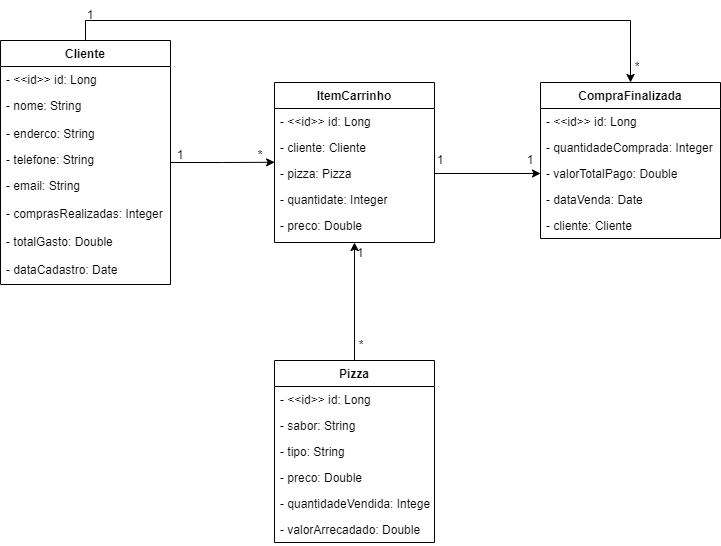
Before: img/modelo01.png, a diagram exported from draw.io (alexeydf/becaDesafioAlexey). Source tidied: cells renumbered, new cells last; positions are measured from the earlier drawing's top-left corner, leaving out a move shared by most shapes. Its diagram source:
```xml
<mxGraphModel>
  <root>
    <mxCell id="0" />
    <mxCell id="1" parent="0" />
    <mxCell id="2" style="edgeStyle=orthogonalEdgeStyle;rounded=0;jettySize=auto;html=1;entryX=0.001;entryY=0.069;entryDx=0;entryDy=0;entryPerimeter=0;" parent="1" edge="1" source="4" target="30">
      <mxGeometry relative="1" as="geometry" />
    </mxCell>
    <mxCell id="3" style="edgeStyle=orthogonalEdgeStyle;rounded=0;jettySize=auto;html=1;entryX=0.5;entryY=0;entryDx=0;entryDy=0;" parent="1" edge="1" source="4" target="13">
      <mxGeometry relative="1" as="geometry">
        <Array as="points">
          <mxPoint x="85" y="20" />
          <mxPoint x="630" y="20" />
        </Array>
      </mxGeometry>
    </mxCell>
    <mxCell id="4" value="Cliente" style="swimlane;fontStyle=1;align=center;verticalAlign=top;horizontal=1;startSize=26;rounded=0;shadow=0;strokeWidth=1;" parent="1" vertex="1">
      <mxGeometry y="40" width="170" height="244" as="geometry" />
    </mxCell>
    <mxCell id="5" value="- &lt;&lt;id&gt;&gt; id: Long" style="text;align=left;verticalAlign=top;spacingLeft=4;spacingRight=4;overflow=hidden;" parent="4" vertex="1">
      <mxGeometry y="26" width="170" height="26" as="geometry" />
    </mxCell>
    <mxCell id="6" value="- nome: String " style="text;align=left;verticalAlign=top;spacingLeft=4;spacingRight=4;overflow=hidden;rounded=0;shadow=0;html=0;" parent="4" vertex="1">
      <mxGeometry y="52" width="170" height="28" as="geometry" />
    </mxCell>
    <mxCell id="7" value="- enderco: String" style="text;align=left;verticalAlign=top;spacingLeft=4;spacingRight=4;overflow=hidden;rounded=0;shadow=0;html=0;" parent="4" vertex="1">
      <mxGeometry y="80" width="170" height="26" as="geometry" />
    </mxCell>
    <mxCell id="8" value="- telefone: String" style="text;align=left;verticalAlign=top;spacingLeft=4;spacingRight=4;overflow=hidden;" parent="4" vertex="1">
      <mxGeometry y="106" width="170" height="26" as="geometry" />
    </mxCell>
    <mxCell id="9" value="- email: String" style="text;align=left;verticalAlign=top;spacingLeft=4;spacingRight=4;overflow=hidden;rounded=0;shadow=0;html=0;" parent="4" vertex="1">
      <mxGeometry y="132" width="170" height="28" as="geometry" />
    </mxCell>
    <mxCell id="10" value="- comprasRealizadas: Integer" style="text;align=left;verticalAlign=top;spacingLeft=4;spacingRight=4;overflow=hidden;rounded=0;shadow=0;html=0;" parent="4" vertex="1">
      <mxGeometry y="160" width="170" height="28" as="geometry" />
    </mxCell>
    <mxCell id="11" value="- totalGasto: Double" style="text;align=left;verticalAlign=top;spacingLeft=4;spacingRight=4;overflow=hidden;rounded=0;shadow=0;html=0;" parent="4" vertex="1">
      <mxGeometry y="188" width="170" height="28" as="geometry" />
    </mxCell>
    <mxCell id="12" value="- dataCadastro: Date" style="text;align=left;verticalAlign=top;spacingLeft=4;spacingRight=4;overflow=hidden;rounded=0;shadow=0;html=0;" parent="4" vertex="1">
      <mxGeometry y="216" width="170" height="28" as="geometry" />
    </mxCell>
    <mxCell id="13" value="CompraFinalizada" style="swimlane;fontStyle=1;align=center;verticalAlign=top;horizontal=1;startSize=26;rounded=0;shadow=0;strokeWidth=1;" parent="1" vertex="1">
      <mxGeometry x="540" y="82" width="180" height="156" as="geometry" />
    </mxCell>
    <mxCell id="14" value="- &lt;&lt;id&gt;&gt; id: Long" style="text;align=left;verticalAlign=top;spacingLeft=4;spacingRight=4;overflow=hidden;" parent="13" vertex="1">
      <mxGeometry y="26" width="180" height="26" as="geometry" />
    </mxCell>
    <mxCell id="15" value="- quantidadeComprada: Integer" style="text;align=left;verticalAlign=top;spacingLeft=4;spacingRight=4;overflow=hidden;rounded=0;shadow=0;html=0;" parent="13" vertex="1">
      <mxGeometry y="52" width="180" height="26" as="geometry" />
    </mxCell>
    <mxCell id="16" value="- valorTotalPago: Double" style="text;align=left;verticalAlign=top;spacingLeft=4;spacingRight=4;overflow=hidden;points=[[0,0.5],[1,0.5]];portConstraint=eastwest;fontStyle=0;" parent="13" vertex="1">
      <mxGeometry y="78" width="180" height="26" as="geometry" />
    </mxCell>
    <mxCell id="17" value="- dataVenda: Date" style="text;align=left;verticalAlign=top;spacingLeft=4;spacingRight=4;overflow=hidden;" parent="13" vertex="1">
      <mxGeometry y="104" width="180" height="26" as="geometry" />
    </mxCell>
    <mxCell id="18" value="- cliente: Cliente" style="text;align=left;verticalAlign=top;spacingLeft=4;spacingRight=4;overflow=hidden;" parent="13" vertex="1">
      <mxGeometry y="130" width="180" height="26" as="geometry" />
    </mxCell>
    <mxCell id="19" value="Pizza" style="swimlane;fontStyle=1;align=center;verticalAlign=top;horizontal=1;startSize=26;rounded=0;shadow=0;strokeWidth=1;" parent="1" vertex="1">
      <mxGeometry x="274" y="360" width="160" height="182" as="geometry" />
    </mxCell>
    <mxCell id="20" value="- &lt;&lt;id&gt;&gt; id: Long" style="text;align=left;verticalAlign=top;spacingLeft=4;spacingRight=4;overflow=hidden;" parent="19" vertex="1">
      <mxGeometry y="26" width="160" height="26" as="geometry" />
    </mxCell>
    <mxCell id="21" value="- sabor: String" style="text;align=left;verticalAlign=top;spacingLeft=4;spacingRight=4;overflow=hidden;" parent="19" vertex="1">
      <mxGeometry y="52" width="160" height="26" as="geometry" />
    </mxCell>
    <mxCell id="22" value="- tipo: String" style="text;align=left;verticalAlign=top;spacingLeft=4;spacingRight=4;overflow=hidden;" parent="19" vertex="1">
      <mxGeometry y="78" width="160" height="26" as="geometry" />
    </mxCell>
    <mxCell id="23" value="- preco: Double" style="text;align=left;verticalAlign=top;spacingLeft=4;spacingRight=4;overflow=hidden;" parent="19" vertex="1">
      <mxGeometry y="104" width="160" height="26" as="geometry" />
    </mxCell>
    <mxCell id="24" value="- quantidadeVendida: Integer" style="text;align=left;verticalAlign=top;spacingLeft=4;spacingRight=4;overflow=hidden;" parent="19" vertex="1">
      <mxGeometry y="130" width="160" height="26" as="geometry" />
    </mxCell>
    <mxCell id="25" value="- valorArrecadado: Double" style="text;align=left;verticalAlign=top;spacingLeft=4;spacingRight=4;overflow=hidden;" parent="19" vertex="1">
      <mxGeometry y="156" width="160" height="26" as="geometry" />
    </mxCell>
    <mxCell id="26" style="edgeStyle=orthogonalEdgeStyle;rounded=0;jettySize=auto;html=1;exitX=0.5;exitY=0;exitDx=0;exitDy=0;" parent="1" edge="1" source="19" target="27">
      <mxGeometry relative="1" as="geometry" />
    </mxCell>
    <mxCell id="27" value="ItemCarrinho" style="swimlane;fontStyle=1;align=center;verticalAlign=top;horizontal=1;startSize=26;rounded=0;shadow=0;strokeWidth=1;" parent="1" vertex="1">
      <mxGeometry x="274" y="82" width="160" height="160" as="geometry" />
    </mxCell>
    <mxCell id="28" value="- &lt;&lt;id&gt;&gt; id: Long" style="text;align=left;verticalAlign=top;spacingLeft=4;spacingRight=4;overflow=hidden;" parent="27" vertex="1">
      <mxGeometry y="26" width="160" height="26" as="geometry" />
    </mxCell>
    <mxCell id="29" value="- cliente: Cliente" style="text;align=left;verticalAlign=top;spacingLeft=4;spacingRight=4;overflow=hidden;rounded=0;shadow=0;html=0;" parent="27" vertex="1">
      <mxGeometry y="52" width="160" height="26" as="geometry" />
    </mxCell>
    <mxCell id="30" value="- pizza: Pizza" style="text;align=left;verticalAlign=top;spacingLeft=4;spacingRight=4;overflow=hidden;points=[[0,0.5],[1,0.5]];portConstraint=eastwest;rounded=0;shadow=0;html=0;" parent="27" vertex="1">
      <mxGeometry y="78" width="160" height="26" as="geometry" />
    </mxCell>
    <mxCell id="31" value="- quantidate: Integer" style="text;align=left;verticalAlign=top;spacingLeft=4;spacingRight=4;overflow=hidden;rounded=0;shadow=0;html=0;" parent="27" vertex="1">
      <mxGeometry y="104" width="160" height="26" as="geometry" />
    </mxCell>
    <mxCell id="32" value="- preco: Double" style="text;align=left;verticalAlign=top;spacingLeft=4;spacingRight=4;overflow=hidden;rounded=0;shadow=0;html=0;" parent="27" vertex="1">
      <mxGeometry y="130" width="160" height="26" as="geometry" />
    </mxCell>
    <mxCell id="33" style="edgeStyle=orthogonalEdgeStyle;rounded=0;jettySize=auto;html=1;entryX=0;entryY=0.5;entryDx=0;entryDy=0;" parent="1" edge="1" source="30" target="16">
      <mxGeometry relative="1" as="geometry" />
    </mxCell>
    <mxCell id="34" value="1" style="text;html=1;strokeColor=none;fillColor=none;align=center;verticalAlign=middle;whiteSpace=wrap;rounded=0;" parent="1" vertex="1">
      <mxGeometry x="150" y="140" width="60" height="30" as="geometry" />
    </mxCell>
    <mxCell id="35" value="*" style="text;html=1;strokeColor=none;fillColor=none;align=center;verticalAlign=middle;whiteSpace=wrap;rounded=0;" parent="1" vertex="1">
      <mxGeometry x="230" y="140" width="60" height="30" as="geometry" />
    </mxCell>
    <mxCell id="36" value="1" style="text;html=1;strokeColor=none;fillColor=none;align=center;verticalAlign=middle;whiteSpace=wrap;rounded=0;" parent="1" vertex="1">
      <mxGeometry x="410" y="145" width="60" height="30" as="geometry" />
    </mxCell>
    <mxCell id="37" value="1" style="text;html=1;strokeColor=none;fillColor=none;align=center;verticalAlign=middle;whiteSpace=wrap;rounded=0;" parent="1" vertex="1">
      <mxGeometry x="500" y="145" width="60" height="30" as="geometry" />
    </mxCell>
    <mxCell id="38" value="1" style="text;html=1;strokeColor=none;fillColor=none;align=center;verticalAlign=middle;whiteSpace=wrap;rounded=0;" parent="1" vertex="1">
      <mxGeometry x="330" y="238" width="60" height="30" as="geometry" />
    </mxCell>
    <mxCell id="39" value="*" style="text;html=1;strokeColor=none;fillColor=none;align=center;verticalAlign=middle;whiteSpace=wrap;rounded=0;" parent="1" vertex="1">
      <mxGeometry x="630" y="52" width="14" height="30" as="geometry" />
    </mxCell>
    <mxCell id="40" value="1" style="text;html=1;strokeColor=none;fillColor=none;align=center;verticalAlign=middle;whiteSpace=wrap;rounded=0;" parent="1" vertex="1">
      <mxGeometry x="60" width="60" height="30" as="geometry" />
    </mxCell>
    <mxCell id="41" value="*" style="text;html=1;strokeColor=none;fillColor=none;align=center;verticalAlign=middle;whiteSpace=wrap;rounded=0;" parent="1" vertex="1">
      <mxGeometry x="354" y="330" width="14" height="30" as="geometry" />
    </mxCell>
  </root>
</mxGraphModel>
```
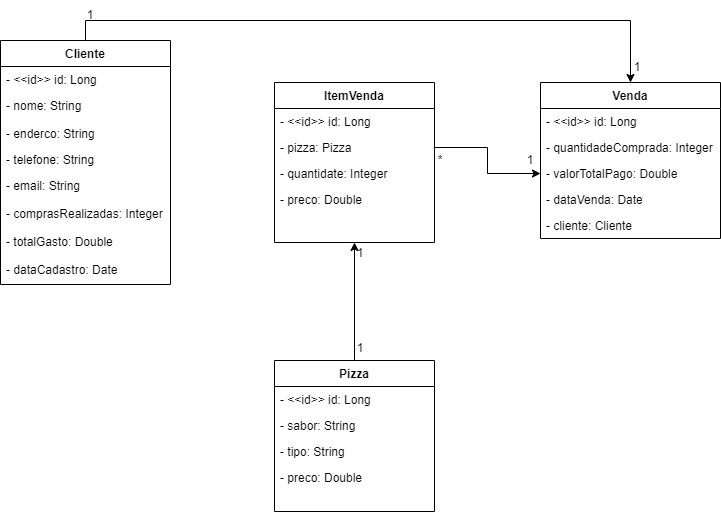
The same file after the commit.

The edit, as a diff of the source:
```diff
@@ -2,9 +2,6 @@
   <root>
     <mxCell id="0" />
     <mxCell id="1" parent="0" />
-    <mxCell id="2" style="edgeStyle=orthogonalEdgeStyle;rounded=0;jettySize=auto;html=1;entryX=0.001;entryY=0.069;entryDx=0;entryDy=0;entryPerimeter=0;" parent="1" edge="1" source="4" target="30">
-      <mxGeometry relative="1" as="geometry" />
-    </mxCell>
     <mxCell id="3" style="edgeStyle=orthogonalEdgeStyle;rounded=0;jettySize=auto;html=1;entryX=0.5;entryY=0;entryDx=0;entryDy=0;" parent="1" edge="1" source="4" target="13">
       <mxGeometry relative="1" as="geometry">
         <Array as="points">
@@ -40,7 +37,7 @@
     <mxCell id="12" value="- dataCadastro: Date" style="text;align=left;verticalAlign=top;spacingLeft=4;spacingRight=4;overflow=hidden;rounded=0;shadow=0;html=0;" parent="4" vertex="1">
       <mxGeometry y="216" width="170" height="28" as="geometry" />
     </mxCell>
-    <mxCell id="13" value="CompraFinalizada" style="swimlane;fontStyle=1;align=center;verticalAlign=top;horizontal=1;startSize=26;rounded=0;shadow=0;strokeWidth=1;" parent="1" vertex="1">
+    <mxCell id="13" value="Venda" style="swimlane;fontStyle=1;align=center;verticalAlign=top;horizontal=1;startSize=26;rounded=0;shadow=0;strokeWidth=1;" parent="1" vertex="1">
       <mxGeometry x="540" y="82" width="180" height="156" as="geometry" />
     </mxCell>
     <mxCell id="14" value="- &lt;&lt;id&gt;&gt; id: Long" style="text;align=left;verticalAlign=top;spacingLeft=4;spacingRight=4;overflow=hidden;" parent="13" vertex="1">
@@ -59,7 +56,7 @@
       <mxGeometry y="130" width="180" height="26" as="geometry" />
     </mxCell>
     <mxCell id="19" value="Pizza" style="swimlane;fontStyle=1;align=center;verticalAlign=top;horizontal=1;startSize=26;rounded=0;shadow=0;strokeWidth=1;" parent="1" vertex="1">
-      <mxGeometry x="274" y="360" width="160" height="182" as="geometry" />
+      <mxGeometry x="274" y="360" width="160" height="151" as="geometry" />
     </mxCell>
     <mxCell id="20" value="- &lt;&lt;id&gt;&gt; id: Long" style="text;align=left;verticalAlign=top;spacingLeft=4;spacingRight=4;overflow=hidden;" parent="19" vertex="1">
       <mxGeometry y="26" width="160" height="26" as="geometry" />
@@ -73,43 +70,28 @@
     <mxCell id="23" value="- preco: Double" style="text;align=left;verticalAlign=top;spacingLeft=4;spacingRight=4;overflow=hidden;" parent="19" vertex="1">
       <mxGeometry y="104" width="160" height="26" as="geometry" />
     </mxCell>
-    <mxCell id="24" value="- quantidadeVendida: Integer" style="text;align=left;verticalAlign=top;spacingLeft=4;spacingRight=4;overflow=hidden;" parent="19" vertex="1">
-      <mxGeometry y="130" width="160" height="26" as="geometry" />
-    </mxCell>
-    <mxCell id="25" value="- valorArrecadado: Double" style="text;align=left;verticalAlign=top;spacingLeft=4;spacingRight=4;overflow=hidden;" parent="19" vertex="1">
-      <mxGeometry y="156" width="160" height="26" as="geometry" />
-    </mxCell>
     <mxCell id="26" style="edgeStyle=orthogonalEdgeStyle;rounded=0;jettySize=auto;html=1;exitX=0.5;exitY=0;exitDx=0;exitDy=0;" parent="1" edge="1" source="19" target="27">
       <mxGeometry relative="1" as="geometry" />
     </mxCell>
-    <mxCell id="27" value="ItemCarrinho" style="swimlane;fontStyle=1;align=center;verticalAlign=top;horizontal=1;startSize=26;rounded=0;shadow=0;strokeWidth=1;" parent="1" vertex="1">
+    <mxCell id="27" value="ItemVenda" style="swimlane;fontStyle=1;align=center;verticalAlign=top;horizontal=1;startSize=26;rounded=0;shadow=0;strokeWidth=1;" parent="1" vertex="1">
       <mxGeometry x="274" y="82" width="160" height="160" as="geometry" />
     </mxCell>
     <mxCell id="28" value="- &lt;&lt;id&gt;&gt; id: Long" style="text;align=left;verticalAlign=top;spacingLeft=4;spacingRight=4;overflow=hidden;" parent="27" vertex="1">
       <mxGeometry y="26" width="160" height="26" as="geometry" />
     </mxCell>
-    <mxCell id="29" value="- cliente: Cliente" style="text;align=left;verticalAlign=top;spacingLeft=4;spacingRight=4;overflow=hidden;rounded=0;shadow=0;html=0;" parent="27" vertex="1">
-      <mxGeometry y="52" width="160" height="26" as="geometry" />
-    </mxCell>
     <mxCell id="30" value="- pizza: Pizza" style="text;align=left;verticalAlign=top;spacingLeft=4;spacingRight=4;overflow=hidden;points=[[0,0.5],[1,0.5]];portConstraint=eastwest;rounded=0;shadow=0;html=0;" parent="27" vertex="1">
-      <mxGeometry y="78" width="160" height="26" as="geometry" />
+      <mxGeometry y="52" width="160" height="26" as="geometry" />
     </mxCell>
     <mxCell id="31" value="- quantidate: Integer" style="text;align=left;verticalAlign=top;spacingLeft=4;spacingRight=4;overflow=hidden;rounded=0;shadow=0;html=0;" parent="27" vertex="1">
-      <mxGeometry y="104" width="160" height="26" as="geometry" />
+      <mxGeometry y="78" width="160" height="26" as="geometry" />
     </mxCell>
     <mxCell id="32" value="- preco: Double" style="text;align=left;verticalAlign=top;spacingLeft=4;spacingRight=4;overflow=hidden;rounded=0;shadow=0;html=0;" parent="27" vertex="1">
-      <mxGeometry y="130" width="160" height="26" as="geometry" />
+      <mxGeometry y="104" width="160" height="26" as="geometry" />
     </mxCell>
     <mxCell id="33" style="edgeStyle=orthogonalEdgeStyle;rounded=0;jettySize=auto;html=1;entryX=0;entryY=0.5;entryDx=0;entryDy=0;" parent="1" edge="1" source="30" target="16">
       <mxGeometry relative="1" as="geometry" />
     </mxCell>
-    <mxCell id="34" value="1" style="text;html=1;strokeColor=none;fillColor=none;align=center;verticalAlign=middle;whiteSpace=wrap;rounded=0;" parent="1" vertex="1">
-      <mxGeometry x="150" y="140" width="60" height="30" as="geometry" />
-    </mxCell>
-    <mxCell id="35" value="*" style="text;html=1;strokeColor=none;fillColor=none;align=center;verticalAlign=middle;whiteSpace=wrap;rounded=0;" parent="1" vertex="1">
-      <mxGeometry x="230" y="140" width="60" height="30" as="geometry" />
-    </mxCell>
-    <mxCell id="36" value="1" style="text;html=1;strokeColor=none;fillColor=none;align=center;verticalAlign=middle;whiteSpace=wrap;rounded=0;" parent="1" vertex="1">
+    <mxCell id="36" value="*" style="text;html=1;strokeColor=none;fillColor=none;align=center;verticalAlign=middle;whiteSpace=wrap;rounded=0;" parent="1" vertex="1">
       <mxGeometry x="410" y="145" width="60" height="30" as="geometry" />
     </mxCell>
     <mxCell id="37" value="1" style="text;html=1;strokeColor=none;fillColor=none;align=center;verticalAlign=middle;whiteSpace=wrap;rounded=0;" parent="1" vertex="1">
@@ -118,14 +100,14 @@
     <mxCell id="38" value="1" style="text;html=1;strokeColor=none;fillColor=none;align=center;verticalAlign=middle;whiteSpace=wrap;rounded=0;" parent="1" vertex="1">
       <mxGeometry x="330" y="238" width="60" height="30" as="geometry" />
     </mxCell>
-    <mxCell id="39" value="*" style="text;html=1;strokeColor=none;fillColor=none;align=center;verticalAlign=middle;whiteSpace=wrap;rounded=0;" parent="1" vertex="1">
+    <mxCell id="39" value="1" style="text;html=1;strokeColor=none;fillColor=none;align=center;verticalAlign=middle;whiteSpace=wrap;rounded=0;" parent="1" vertex="1">
       <mxGeometry x="630" y="52" width="14" height="30" as="geometry" />
     </mxCell>
     <mxCell id="40" value="1" style="text;html=1;strokeColor=none;fillColor=none;align=center;verticalAlign=middle;whiteSpace=wrap;rounded=0;" parent="1" vertex="1">
       <mxGeometry x="60" width="60" height="30" as="geometry" />
     </mxCell>
-    <mxCell id="41" value="*" style="text;html=1;strokeColor=none;fillColor=none;align=center;verticalAlign=middle;whiteSpace=wrap;rounded=0;" parent="1" vertex="1">
-      <mxGeometry x="354" y="330" width="14" height="30" as="geometry" />
-    </mxCell>
+    <mxCell id="34" value="1" style="text;html=1;strokeColor=none;fillColor=none;align=center;verticalAlign=middle;whiteSpace=wrap;rounded=0;" parent="1" vertex="1">
+      <mxGeometry x="330" y="333" width="60" height="30" as="geometry" />
+    </mxCell>
   </root>
 </mxGraphModel>
```
